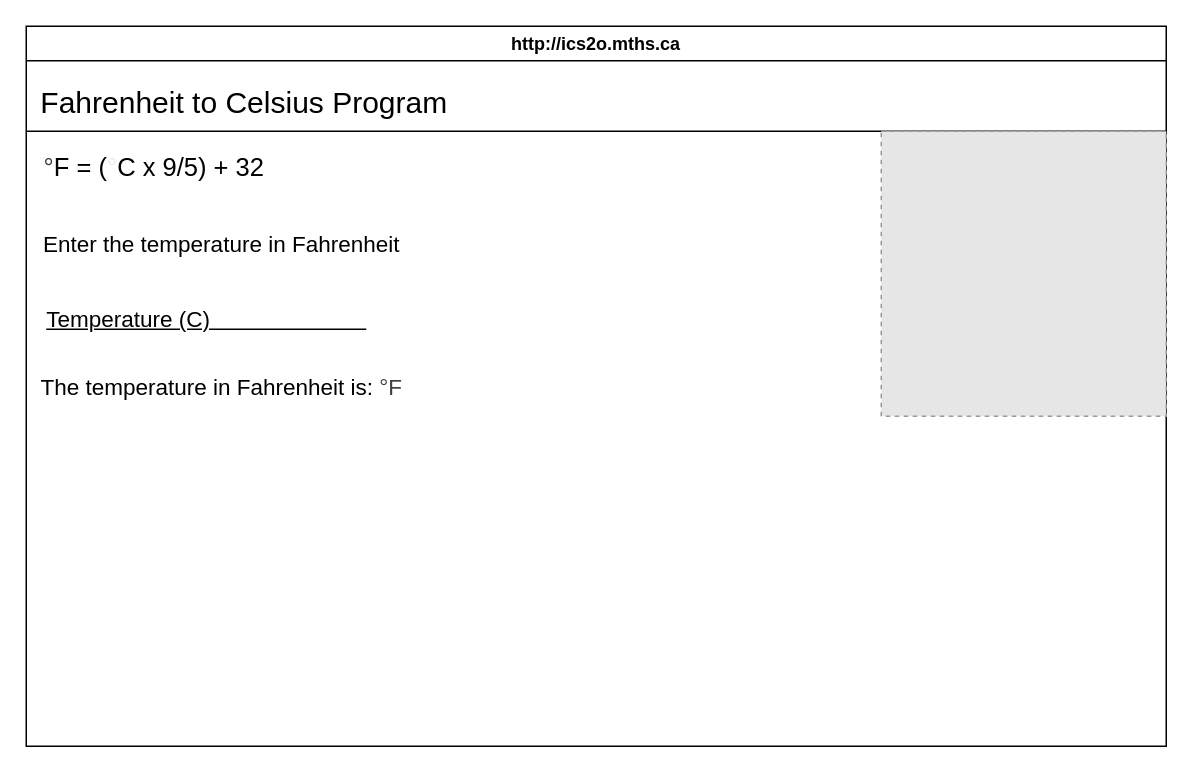
MTHS-ICD2O-1-2024/ICD2O-Unit-3-04-Aimar-Fernandez keeps this draw.io diagram as design/storyboard.drawio. Above is the earlier version. Source tidied: cells renumbered, new cells numbered last; positions are measured from the earlier drawing's top-left corner, leaving out a move shared by most shapes. Both pictures are drawn from the tidied source at 150%, with x=0, y=0 at pixel (26, 26). Pictures stored in the file or linked from it are replaced by grey dashed boxes.
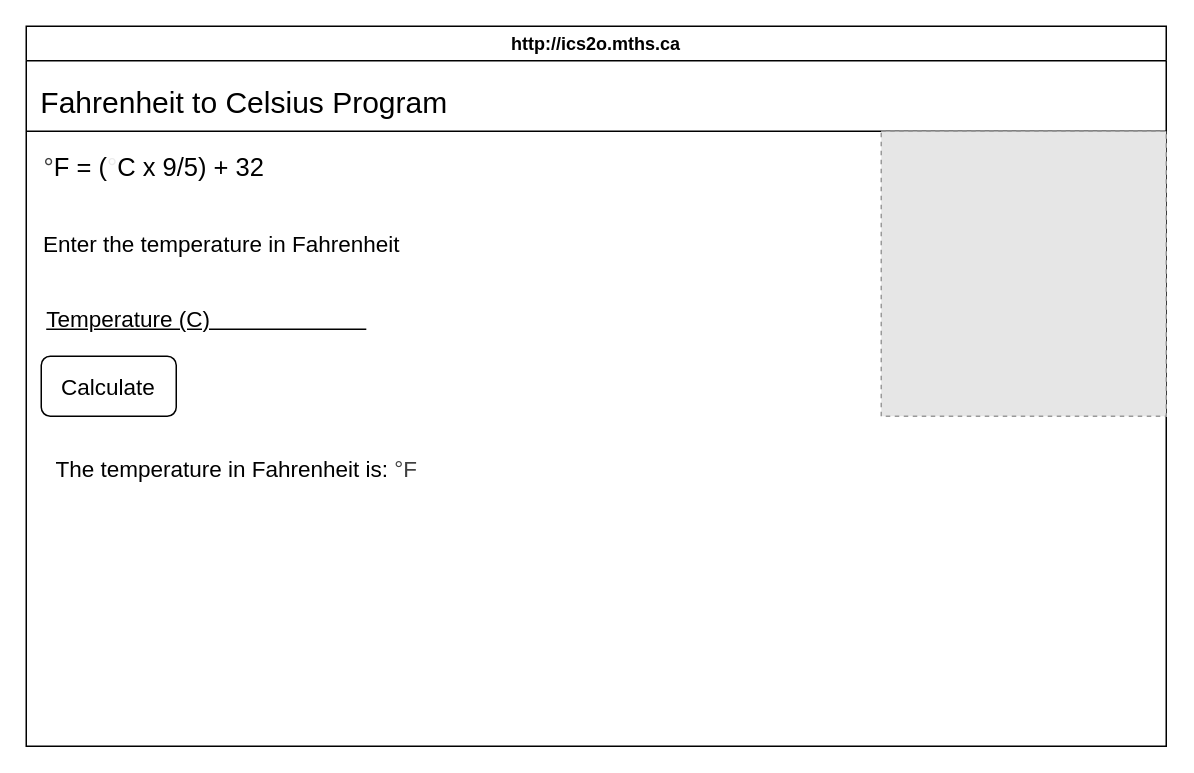
The same page after the edit.

The edit, as a diff of the source:
```diff
@@
 <mxGraphModel>
   <root>
     <mxCell id="0" />
     <mxCell id="1" parent="0" />
     <mxCell id="2" value="http://ics2o.mths.ca" style="swimlane;whiteSpace=wrap;html=1;" parent="1" vertex="1">
       <mxGeometry width="760" height="480" as="geometry" />
     </mxCell>
     <mxCell id="3" value="&lt;font style=&quot;font-size: 20px;&quot;&gt;Fahrenheit to Celsius Program&lt;/font&gt;" style="text;html=1;align=center;verticalAlign=middle;strokeColor=none;fillColor=none;" parent="2" vertex="1">
       <mxGeometry y="30" width="290" height="40" as="geometry" />
     </mxCell>
     <mxCell id="4" style="edgeStyle=none;orthogonalLoop=1;jettySize=auto;html=1;endArrow=none;endFill=0;" parent="2" edge="1">
       <mxGeometry relative="1" as="geometry">
         <mxPoint y="70" as="sourcePoint" />
         <mxPoint x="760" y="70" as="targetPoint" />
       </mxGeometry>
     </mxCell>
     <mxCell id="5" value="&lt;font style=&quot;font-size: 15px;&quot;&gt;Enter the temperature in Fahrenheit&lt;/font&gt;" style="text;html=1;align=center;verticalAlign=middle;strokeColor=none;fillColor=none;" parent="2" vertex="1">
       <mxGeometry y="130" width="260" height="30" as="geometry" />
     </mxCell>
     <mxCell id="6" value="&lt;font style=&quot;font-size: 15px;&quot;&gt;&lt;u&gt;Temperature (C)&amp;nbsp; &amp;nbsp; &amp;nbsp; &amp;nbsp; &amp;nbsp; &amp;nbsp; &amp;nbsp; &amp;nbsp; &amp;nbsp; &amp;nbsp; &amp;nbsp; &amp;nbsp; &amp;nbsp;&lt;/u&gt;&lt;/font&gt;" style="text;html=1;align=center;verticalAlign=middle;strokeColor=none;fillColor=none;" parent="2" vertex="1">
       <mxGeometry y="180" width="240" height="30" as="geometry" />
     </mxCell>
     <mxCell id="7" value="&lt;font style=&quot;&quot;&gt;&lt;span style=&quot;color: rgb(63, 63, 63); font-size: 17px; text-align: start; text-wrap-mode: wrap; background-color: rgb(255, 255, 255);&quot;&gt;°&lt;/span&gt;&lt;span style=&quot;font-size: 17px;&quot;&gt;F = (&lt;/span&gt;&lt;span style=&quot;color: rgb(236, 236, 236); text-align: start; text-wrap-mode: wrap; background-color: light-dark(#ffffff, var(--ge-dark-color, #121212));&quot;&gt;&lt;font style=&quot;font-size: 17px;&quot; face=&quot;Helvetica&quot;&gt;°&lt;/font&gt;&lt;/span&gt;&lt;span style=&quot;font-size: 17px;&quot;&gt;C x 9/5) + 32&lt;/span&gt;&lt;/font&gt;" style="text;html=1;align=center;verticalAlign=middle;strokeColor=none;fillColor=none;" parent="2" vertex="1">
       <mxGeometry y="80" width="170" height="30" as="geometry" />
     </mxCell>
     <mxCell id="8" value="&lt;font style=&quot;font-size: 15px;&quot;&gt;The temperature in Fahrenheit is:&amp;nbsp;&lt;span style=&quot;color: rgb(63, 63, 63); text-align: start; text-wrap-mode: wrap; background-color: rgb(255, 255, 255);&quot;&gt;&lt;font style=&quot;&quot;&gt;°F&lt;/font&gt;&lt;/span&gt;&lt;/font&gt;" style="text;html=1;align=center;verticalAlign=middle;strokeColor=none;fillColor=none;" parent="2" vertex="1">
-      <mxGeometry y="225" width="260" height="30" as="geometry" />
+      <mxGeometry x="10" y="280" width="260" height="30" as="geometry" />
     </mxCell>
     <mxCell id="9" style="fillColor=#E6E6E6;strokeColor=#999999;dashed=1;verticalLabelPosition=bottom;labelBackgroundColor=default;verticalAlign=top;" parent="2" vertex="1">
       <mxGeometry x="570" y="70" width="190" height="190" as="geometry" />
     </mxCell>
+    <mxCell id="10" value="&lt;font style=&quot;font-size: 15px;&quot;&gt;Calculate&lt;/font&gt;" style="rounded=1;whiteSpace=wrap;html=1;" parent="2" vertex="1">
+      <mxGeometry x="10" y="220" width="90" height="40" as="geometry" />
+    </mxCell>
   </root>
 </mxGraphModel>
```
